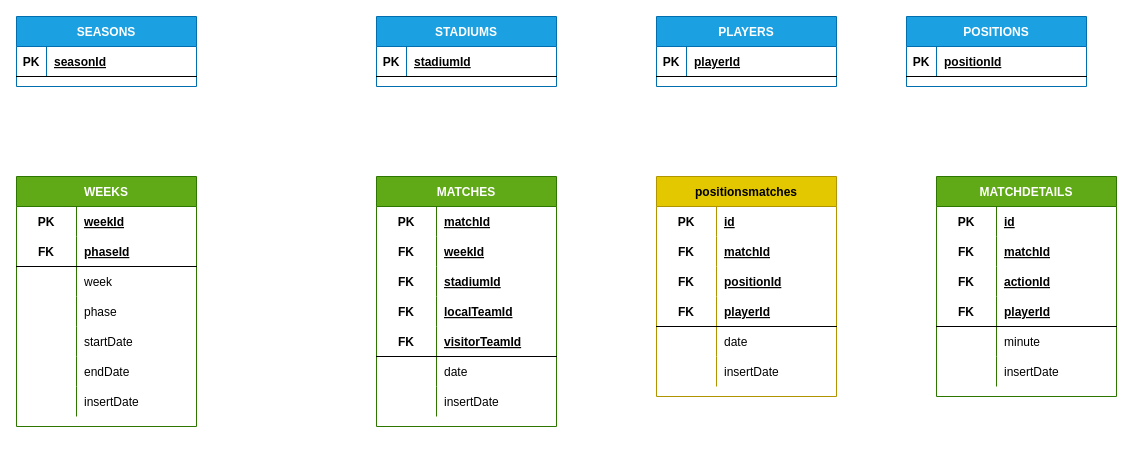
Earlier version of the draw.io diagram page "conceptual" (1 of 3) of qatar2022.drawio (r3card0/WorldCup2022). Source tidied: cells renumbered, new cells numbered last; positions are measured from the earlier drawing's top-left corner, leaving out a move shared by most shapes. Both pictures are drawn from the tidied source at 100%, with x=0, y=0 at pixel (16, 16).
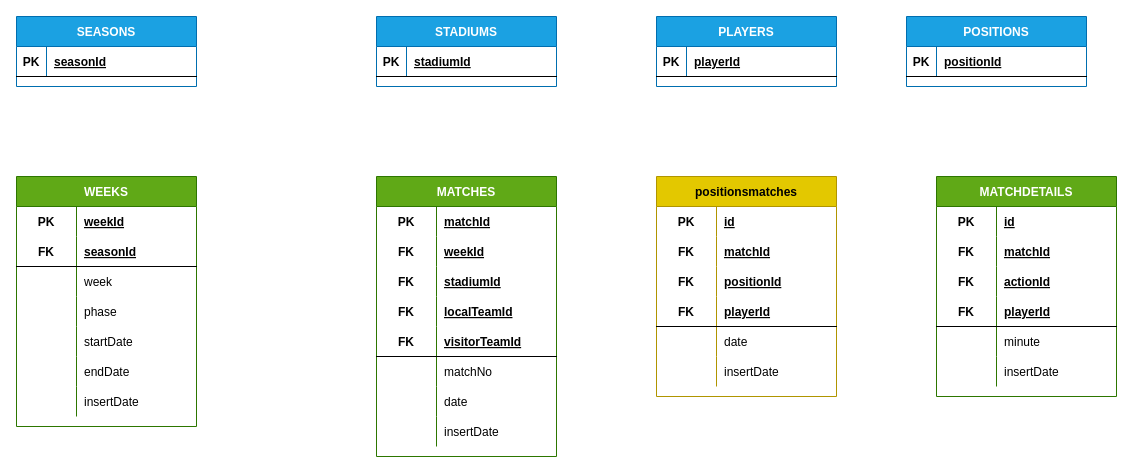
Above is the later version.

Commit message:
matches changed, add column matchNo

The change refers to these unchanged cells:
```xml
<mxCell id="6" style="shape=partialRectangle;fillColor=none;top=0;left=0;bottom=1;right=0;" parent="2" vertex="1">
  <mxGeometry y="60" width="180" height="30" as="geometry" />
</mxCell>
<mxCell id="40" style="shape=partialRectangle;fillColor=none;top=0;left=0;bottom=0;right=0;" parent="24" vertex="1">
  <mxGeometry y="180" width="180" height="30" as="geometry" />
</mxCell>
```

Change to the diagram source:
```diff
@@
-    <mxCell id="8" value="phaseId" style="shape=partialRectangle;fillColor=none;top=0;left=0;bottom=0;right=0;align=left;spacingLeft=6;fontStyle=5;overflow=hidden;" parent="6" vertex="1">
+    <mxCell id="8" value="seasonId" style="shape=partialRectangle;fillColor=none;top=0;left=0;bottom=0;right=0;align=left;spacingLeft=6;fontStyle=5;overflow=hidden;" parent="6" vertex="1">
       <mxGeometry x="60" width="120" height="30" as="geometry" />
     </mxCell>
@@
     <mxCell id="24" value="MATCHES" style="shape=table;startSize=30;childLayout=tableLayout;rowLines=0;fontStyle=1;align=center;fillColor=#60a917;fontColor=#ffffff;strokeColor=#2D7600;" parent="1" vertex="1">
-      <mxGeometry x="360" y="160" width="180" height="250" as="geometry" />
+      <mxGeometry x="360" y="160" width="180" height="280" as="geometry" />
     </mxCell>
@@
-    <mxCell id="42" value="date" style="shape=partialRectangle;fillColor=none;top=0;left=0;bottom=0;right=0;align=left;spacingLeft=6;overflow=hidden;" parent="40" vertex="1">
+    <mxCell id="42" value="matchNo" style="shape=partialRectangle;fillColor=none;top=0;left=0;bottom=0;right=0;align=left;spacingLeft=6;overflow=hidden;" parent="40" vertex="1">
       <mxGeometry x="60" width="120" height="30" as="geometry" />
     </mxCell>
+    <mxCell id="100" style="shape=partialRectangle;fillColor=none;top=0;left=0;bottom=0;right=0;" parent="24" vertex="1">
+      <mxGeometry y="210" width="180" height="30" as="geometry" />
+    </mxCell>
+    <mxCell id="101" style="shape=partialRectangle;fillColor=none;top=0;left=0;bottom=0;right=0;overflow=hidden;" parent="100" vertex="1">
+      <mxGeometry width="60" height="30" as="geometry" />
+    </mxCell>
+    <mxCell id="102" value="date" style="shape=partialRectangle;fillColor=none;top=0;left=0;bottom=0;right=0;align=left;spacingLeft=6;overflow=hidden;" parent="100" vertex="1">
+      <mxGeometry x="60" width="120" height="30" as="geometry" />
+    </mxCell>
     <mxCell id="43" style="shape=partialRectangle;fillColor=none;top=0;left=0;bottom=0;right=0;" parent="24" vertex="1">
-      <mxGeometry y="210" width="180" height="30" as="geometry" />
+      <mxGeometry y="240" width="180" height="30" as="geometry" />
     </mxCell>
```
